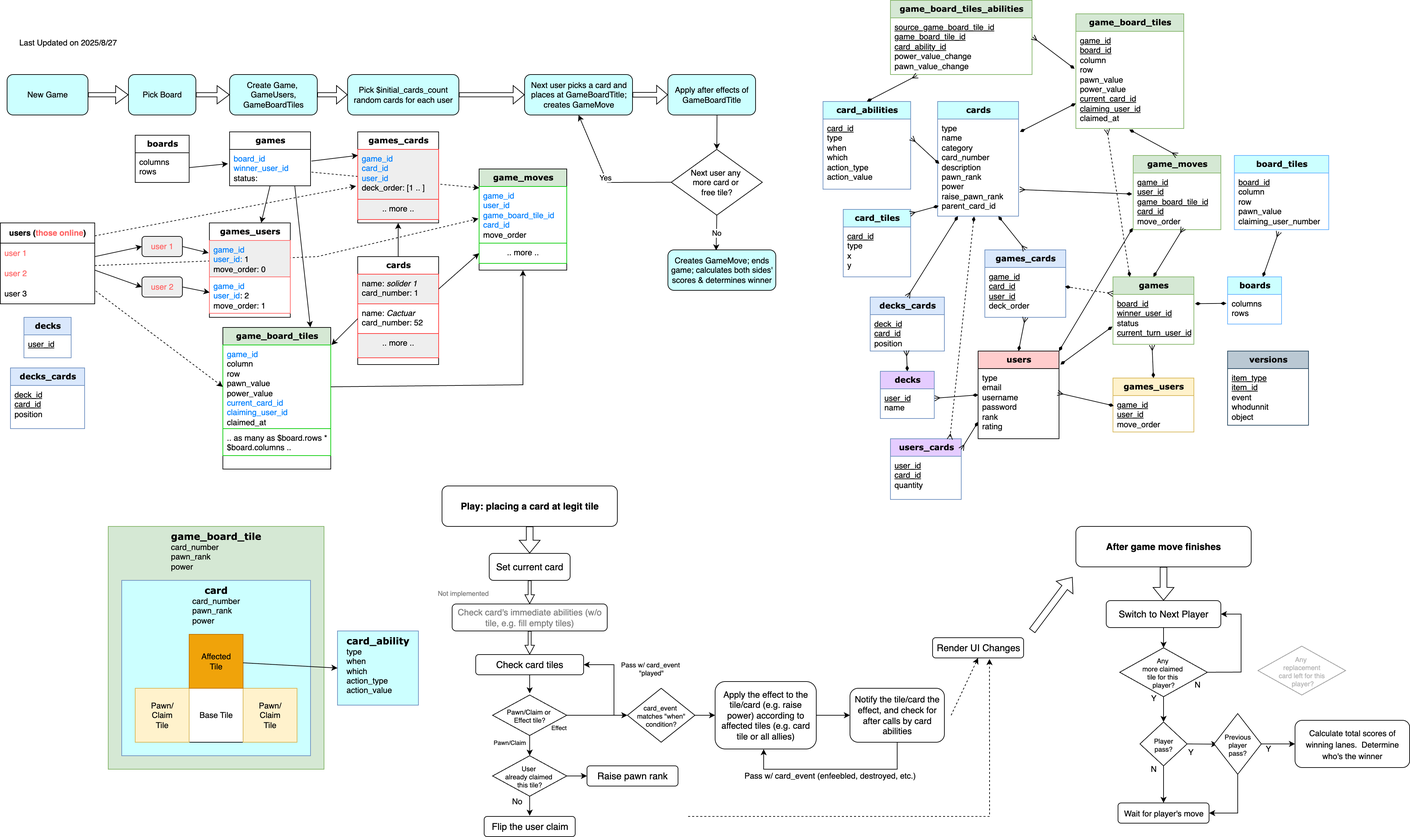
Earlier version of the draw.io export app/assets/images/diagrams/EER.png (briangan/queens_blood_by_fan). Source tidied: cells renumbered, new cells last; positions are measured from the earlier drawing's top-left corner, leaving out a move shared by most shapes.
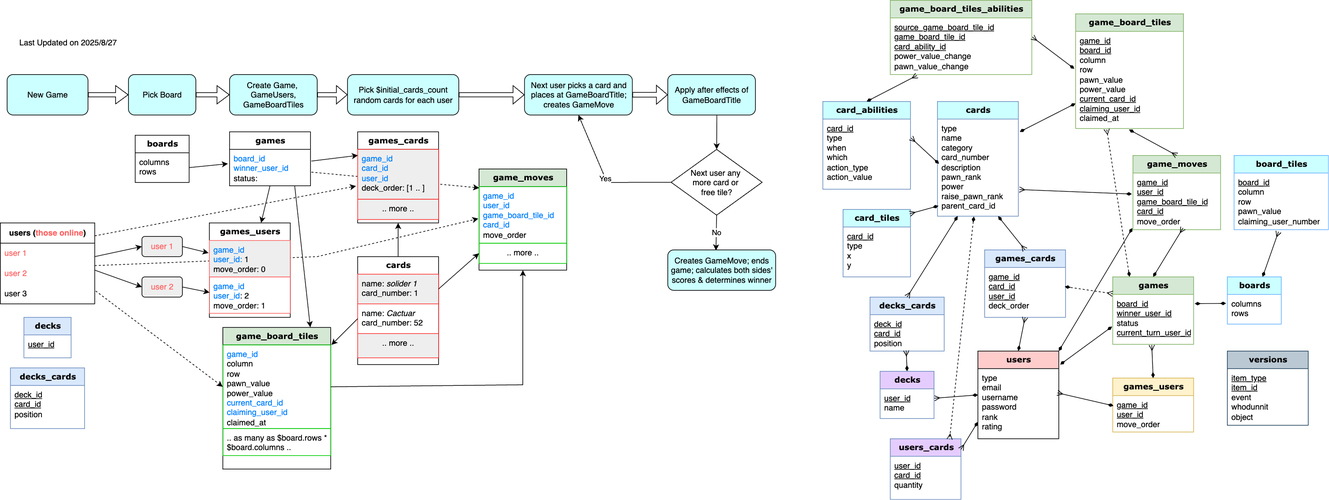
After the change.

Commit message:
Diagrams: refactored flow chart to separate drawio diagram.  Added link to it.

The edit, as a diff of the source:
```diff
@@ -368,227 +368,5 @@
     <mxCell id="119" style="endArrow=diamondThin;html=1;rounded=0;exitX=1.004;exitY=0.339;exitDx=0;exitDy=0;startArrow=ERmany;startFill=0;endFill=1;entryX=-0.012;entryY=0.385;entryDx=0;entryDy=0;entryPerimeter=0;exitPerimeter=0;" parent="1" edge="1" source="117" target="5">
       <mxGeometry relative="1" as="geometry" />
     </mxCell>
-    <mxCell id="120" value="&lt;b style=&quot;font-family: Verdana; text-wrap-mode: nowrap;&quot;&gt;&lt;font style=&quot;font-size: 14px;&quot;&gt;game_board_tile&lt;/font&gt;&lt;/b&gt;&lt;div&gt;&lt;div style=&quot;text-align: left;&quot;&gt;card_number&lt;/div&gt;&lt;div style=&quot;text-align: left;&quot;&gt;&lt;span style=&quot;background-color: transparent; color: light-dark(rgb(0, 0, 0), rgb(255, 255, 255));&quot;&gt;pawn_rank&lt;/span&gt;&lt;/div&gt;&lt;div style=&quot;text-align: left;&quot;&gt;power&lt;/div&gt;&lt;/div&gt;" style="rounded=0;whiteSpace=wrap;html=1;fillColor=#d5e8d4;strokeColor=#82b366;verticalAlign=top;" parent="1" vertex="1">
-      <mxGeometry x="160" y="780" width="320" height="360" as="geometry" />
-    </mxCell>
-    <mxCell id="121" value="&lt;b style=&quot;font-family: Verdana; text-wrap-mode: nowrap;&quot;&gt;&lt;font style=&quot;font-size: 14px;&quot;&gt;card&lt;/font&gt;&lt;/b&gt;&lt;div&gt;&lt;div style=&quot;text-align: left;&quot;&gt;card_number&lt;/div&gt;&lt;div style=&quot;text-align: left;&quot;&gt;&lt;span style=&quot;background-color: transparent; color: light-dark(rgb(0, 0, 0), rgb(255, 255, 255));&quot;&gt;pawn_rank&lt;/span&gt;&lt;/div&gt;&lt;div style=&quot;text-align: left;&quot;&gt;power&lt;/div&gt;&lt;/div&gt;" style="rounded=0;whiteSpace=wrap;html=1;fillColor=#CCFFFF;strokeColor=#6c8ebf;verticalAlign=top;" parent="1" vertex="1">
-      <mxGeometry x="180" y="860" width="280" height="260" as="geometry" />
-    </mxCell>
-    <mxCell id="122" value="&lt;b style=&quot;font-family: Verdana; text-wrap-mode: nowrap;&quot;&gt;&lt;font style=&quot;font-size: 14px;&quot;&gt;card_ability&lt;/font&gt;&lt;/b&gt;&lt;div&gt;&lt;div style=&quot;text-align: left;&quot;&gt;&lt;div&gt;&lt;span style=&quot;background-color: transparent; color: light-dark(rgb(0, 0, 0), rgb(255, 255, 255));&quot;&gt;type&lt;/span&gt;&lt;/div&gt;&lt;div&gt;when&lt;/div&gt;&lt;div&gt;which&lt;/div&gt;&lt;div&gt;action_type&lt;/div&gt;&lt;div&gt;action_value&lt;/div&gt;&lt;/div&gt;&lt;/div&gt;" style="rounded=0;whiteSpace=wrap;html=1;fillColor=#CCFFFF;strokeColor=#6c8ebf;verticalAlign=top;" parent="1" vertex="1">
-      <mxGeometry x="500" y="935" width="120" height="110" as="geometry" />
-    </mxCell>
-    <mxCell id="123" style="group;" parent="1" vertex="1">
-      <mxGeometry x="200" y="940" width="240" height="160" as="geometry" />
-    </mxCell>
-    <mxCell id="124" value="Base Tile" style="whiteSpace=wrap;html=1;" parent="123" vertex="1">
-      <mxGeometry x="80" y="80" width="80" height="80" as="geometry" />
-    </mxCell>
-    <mxCell id="125" value="Pawn/&lt;div&gt;Claim&lt;/div&gt;&lt;div&gt;Tile&lt;/div&gt;" style="whiteSpace=wrap;html=1;fillColor=#fff2cc;strokeColor=#d6b656;" parent="123" vertex="1">
-      <mxGeometry y="80" width="80" height="80" as="geometry" />
-    </mxCell>
-    <mxCell id="126" value="Pawn/&lt;div&gt;Claim&lt;/div&gt;&lt;div&gt;Tile&lt;/div&gt;" style="whiteSpace=wrap;html=1;fillColor=#fff2cc;strokeColor=#d6b656;" parent="123" vertex="1">
-      <mxGeometry x="160" y="80" width="80" height="80" as="geometry" />
-    </mxCell>
-    <mxCell id="127" value="Affected&lt;div&gt;Tile&lt;/div&gt;" style="whiteSpace=wrap;html=1;fillColor=#f0a30a;strokeColor=#BD7000;fontColor=#000000;" parent="123" vertex="1">
-      <mxGeometry x="80" width="80" height="80" as="geometry" />
-    </mxCell>
-    <mxCell id="128" style="endArrow=classic;html=1;rounded=0;entryX=0;entryY=0.5;entryDx=0;entryDy=0;" parent="1" edge="1" source="127" target="122">
-      <mxGeometry relative="1" as="geometry" />
-    </mxCell>
-    <mxCell id="129" value="&lt;span style=&quot;font-size: 14px; font-weight: 700; text-wrap-mode: nowrap;&quot;&gt;Play: placing a card at legit tile&lt;/span&gt;" style="rounded=1;whiteSpace=wrap;html=1;" parent="1" vertex="1">
-      <mxGeometry x="655" y="720" width="260" height="60" as="geometry" />
-    </mxCell>
-    <mxCell id="130" value="Set current card" style="rounded=1;whiteSpace=wrap;html=1;fontSize=14;" parent="1" vertex="1">
-      <mxGeometry x="725" y="820" width="120" height="40" as="geometry" />
-    </mxCell>
-    <mxCell id="131" style="shape=flexArrow;endArrow=classic;html=1;rounded=0;entryX=0.5;entryY=0;entryDx=0;entryDy=0;" parent="1" edge="1" target="130">
-      <mxGeometry relative="1" as="geometry">
-        <mxPoint x="785" y="780" as="sourcePoint" />
-      </mxGeometry>
-    </mxCell>
-    <mxCell id="132" value="&lt;font&gt;Check card's immediate abilities (w/o tile, e.g.&amp;nbsp;&lt;/font&gt;&lt;span style=&quot;background-color: transparent; color: light-dark(rgb(128, 128, 128), rgb(127, 127, 127));&quot;&gt;fill empty tiles)&lt;/span&gt;" style="rounded=1;whiteSpace=wrap;html=1;fontColor=#808080;fontSize=13;" parent="1" vertex="1">
-      <mxGeometry x="670" y="895" width="230" height="40" as="geometry" />
-    </mxCell>
-    <mxCell id="133" style="shape=flexArrow;endArrow=classic;html=1;rounded=0;width=4.444444444444445;endSize=4.075555555555556;endWidth=8.69135802469136;exitX=0.5;exitY=1;exitDx=0;exitDy=0;entryX=0.5;entryY=0;entryDx=0;entryDy=0;" parent="1" edge="1" source="130" target="132">
-      <mxGeometry relative="1" as="geometry" />
-    </mxCell>
-    <mxCell id="134" value="Check card tiles" style="rounded=1;whiteSpace=wrap;html=1;fontSize=14;" parent="1" vertex="1">
-      <mxGeometry x="705" y="970" width="160" height="30" as="geometry" />
-    </mxCell>
-    <mxCell id="135" style="shape=flexArrow;endArrow=classic;html=1;rounded=0;width=4.444444444444445;endSize=4.075555555555556;endWidth=8.69135802469136;exitX=0.5;exitY=1;exitDx=0;exitDy=0;entryX=0.5;entryY=0;entryDx=0;entryDy=0;" parent="1" edge="1" source="132" target="134">
-      <mxGeometry relative="1" as="geometry" />
-    </mxCell>
-    <mxCell id="136" value="Pawn/Claim or&amp;nbsp;&lt;div&gt;Effect tile?&lt;/div&gt;" style="rhombus;whiteSpace=wrap;html=1;fontSize=10;" parent="1" vertex="1">
-      <mxGeometry x="730" y="1030" width="110" height="60" as="geometry" />
-    </mxCell>
-    <mxCell id="137" style="endArrow=classic;html=1;rounded=0;exitX=0.5;exitY=1;exitDx=0;exitDy=0;entryX=0.5;entryY=0;entryDx=0;entryDy=0;" parent="1" edge="1" source="136" target="153">
-      <mxGeometry relative="1" as="geometry" />
-    </mxCell>
-    <mxCell id="138" value="&lt;span style=&quot;font-size: 9px; text-wrap-mode: wrap;&quot;&gt;Pawn/Claim&lt;/span&gt;" style="text;html=1;align=center;verticalAlign=middle;strokeColor=none;fillColor=none;fontFamily=Helvetica;fontSize=12;fontColor=default;spacing=0;" parent="1" vertex="1">
-      <mxGeometry x="720" y="1090" width="70" height="20" as="geometry" />
-    </mxCell>
-    <mxCell id="139" value="&lt;font&gt;Flip the user claim&lt;/font&gt;" style="rounded=1;whiteSpace=wrap;html=1;fontSize=14;" parent="1" vertex="1">
-      <mxGeometry x="717.5" y="1210" width="135" height="30" as="geometry" />
-    </mxCell>
-    <mxCell id="140" style="endArrow=classic;html=1;rounded=0;entryX=0.5;entryY=-0.041;entryDx=0;entryDy=0;entryPerimeter=0;exitX=0.5;exitY=1;exitDx=0;exitDy=0;" parent="1" edge="1" source="134" target="136">
-      <mxGeometry relative="1" as="geometry" />
-    </mxCell>
-    <mxCell id="141" style="endArrow=classic;html=1;rounded=0;exitX=1;exitY=0.5;exitDx=0;exitDy=0;entryX=0;entryY=0.5;entryDx=0;entryDy=0;" parent="1" edge="1" source="136" target="150">
-      <mxGeometry relative="1" as="geometry" />
-    </mxCell>
-    <mxCell id="142" value="&lt;span style=&quot;font-size: 9px; text-wrap-mode: wrap;&quot;&gt;Effect&lt;/span&gt;" style="text;html=1;align=center;verticalAlign=middle;strokeColor=none;fillColor=none;fontFamily=Helvetica;fontSize=12;fontColor=default;spacing=0;" parent="1" vertex="1">
-      <mxGeometry x="807.5" y="1067.5" width="40" height="20" as="geometry" />
-    </mxCell>
-    <mxCell id="143" value="Not implemented" style="text;html=1;align=center;verticalAlign=middle;strokeColor=none;fillColor=none;fontSize=10;fontColor=#808080;" parent="1" vertex="1">
-      <mxGeometry x="636" y="863" width="100" height="30" as="geometry" />
-    </mxCell>
-    <mxCell id="144" value="&lt;font&gt;Apply the effect to the tile/card (e.g. raise power)&amp;nbsp;&lt;/font&gt;&lt;span style=&quot;background-color: transparent; color: light-dark(rgb(0, 0, 0), rgb(255, 255, 255));&quot;&gt;according to affected tiles&amp;nbsp;&lt;/span&gt;&lt;span style=&quot;background-color: transparent; color: light-dark(rgb(0, 0, 0), rgb(255, 255, 255));&quot;&gt;(e.g. card tile or all allies)&lt;/span&gt;" style="rounded=1;whiteSpace=wrap;html=1;fontSize=13;" parent="1" vertex="1">
-      <mxGeometry x="1060" y="1010" width="150" height="100" as="geometry" />
-    </mxCell>
-    <mxCell id="145" value="&lt;font&gt;Notify the tile/card the effect, and check for after calls by card abilities&lt;/font&gt;" style="rounded=1;whiteSpace=wrap;html=1;fontSize=13;" parent="1" vertex="1">
-      <mxGeometry x="1260" y="1020" width="140" height="80" as="geometry" />
-    </mxCell>
-    <mxCell id="146" style="endArrow=classic;html=1;rounded=0;exitX=1;exitY=0.5;exitDx=0;exitDy=0;entryX=0;entryY=0.5;entryDx=0;entryDy=0;" parent="1" edge="1" source="144" target="145">
-      <mxGeometry relative="1" as="geometry" />
-    </mxCell>
-    <mxCell id="147" style="endArrow=classic;html=1;rounded=0;exitX=0.5;exitY=1;exitDx=0;exitDy=0;entryX=0.48;entryY=1.002;entryDx=0;entryDy=0;entryPerimeter=0;" parent="1" edge="1" source="145" target="144">
-      <mxGeometry relative="1" as="geometry">
-        <Array as="points">
-          <mxPoint x="1330" y="1140" />
-          <mxPoint x="1132" y="1140" />
-        </Array>
-      </mxGeometry>
-    </mxCell>
-    <mxCell id="148" value="Pass w/ card_event&amp;nbsp;&lt;div&gt;&quot;played&quot;&lt;/div&gt;" style="text;html=1;align=center;verticalAlign=middle;strokeColor=none;fillColor=none;fontSize=10;" parent="1" vertex="1">
-      <mxGeometry x="910" y="970" width="110" height="40" as="geometry" />
-    </mxCell>
-    <mxCell id="149" value="Pass w/ card_event (enfeebled, destroyed, etc.)" style="text;html=1;align=center;verticalAlign=middle;strokeColor=none;fillColor=none;fontSize=12;" parent="1" vertex="1">
-      <mxGeometry x="1090" y="1135" width="280" height="30" as="geometry" />
-    </mxCell>
-    <mxCell id="150" value="card_event&amp;nbsp;&lt;div&gt;matches &quot;when&quot; condition?&lt;/div&gt;" style="rhombus;whiteSpace=wrap;html=1;fontSize=10;" parent="1" vertex="1">
-      <mxGeometry x="930" y="1020" width="100" height="80" as="geometry" />
-    </mxCell>
-    <mxCell id="151" style="endArrow=classic;html=1;rounded=0;entryX=0;entryY=0.5;entryDx=0;entryDy=0;" parent="1" edge="1" source="150" target="144">
-      <mxGeometry relative="1" as="geometry" />
-    </mxCell>
-    <mxCell id="152" style="endArrow=classic;html=1;rounded=0;entryX=1;entryY=0.5;entryDx=0;entryDy=0;" parent="1" edge="1" target="134">
-      <mxGeometry relative="1" as="geometry">
-        <mxPoint x="910" y="1060" as="sourcePoint" />
-        <Array as="points">
-          <mxPoint x="910" y="985" />
-        </Array>
-      </mxGeometry>
-    </mxCell>
-    <mxCell id="153" value="User&amp;nbsp;&lt;div&gt;already&amp;nbsp;&lt;span style=&quot;background-color: transparent; color: light-dark(rgb(0, 0, 0), rgb(255, 255, 255));&quot;&gt;claimed&amp;nbsp;&lt;/span&gt;&lt;div&gt;this tile?&lt;/div&gt;&lt;/div&gt;" style="rhombus;whiteSpace=wrap;html=1;fontSize=10;" parent="1" vertex="1">
-      <mxGeometry x="730" y="1120" width="110" height="60" as="geometry" />
-    </mxCell>
-    <mxCell id="154" style="endArrow=classic;html=1;rounded=0;exitX=0.5;exitY=1;exitDx=0;exitDy=0;" parent="1" edge="1" source="153">
-      <mxGeometry relative="1" as="geometry">
-        <mxPoint x="785" y="1209" as="targetPoint" />
-      </mxGeometry>
-    </mxCell>
-    <mxCell id="155" value="No" style="text;html=1;align=center;verticalAlign=middle;strokeColor=none;fillColor=none;" parent="1" vertex="1">
-      <mxGeometry x="746" y="1173" width="40" height="30" as="geometry" />
-    </mxCell>
-    <mxCell id="156" value="&lt;font&gt;Raise pawn rank&lt;/font&gt;" style="rounded=1;whiteSpace=wrap;html=1;fontSize=14;" parent="1" vertex="1">
-      <mxGeometry x="870" y="1135" width="135" height="30" as="geometry" />
-    </mxCell>
-    <mxCell id="157" style="endArrow=classic;html=1;rounded=0;entryX=0;entryY=0.5;entryDx=0;entryDy=0;exitX=1;exitY=0.5;exitDx=0;exitDy=0;" parent="1" edge="1" source="153" target="156">
-      <mxGeometry relative="1" as="geometry" />
-    </mxCell>
-    <mxCell id="158" value="&lt;span style=&quot;font-size: 14px; font-weight: 700; text-wrap-mode: nowrap;&quot;&gt;After game move finishes&lt;/span&gt;" style="rounded=1;whiteSpace=wrap;html=1;" parent="1" vertex="1">
-      <mxGeometry x="1595" y="780" width="260" height="60" as="geometry" />
-    </mxCell>
-    <mxCell id="159" style="shape=flexArrow;endArrow=classic;html=1;rounded=0;entryX=0.5;entryY=0;entryDx=0;entryDy=0;exitX=0.5;exitY=1;exitDx=0;exitDy=0;" parent="1" edge="1" source="158" target="160">
-      <mxGeometry relative="1" as="geometry" />
-    </mxCell>
-    <mxCell id="160" value="Switch to Next Player" style="rounded=1;whiteSpace=wrap;html=1;fontSize=14;" parent="1" vertex="1">
-      <mxGeometry x="1640" y="890" width="170" height="40" as="geometry" />
-    </mxCell>
-    <mxCell id="161" style="shape=flexArrow;endArrow=classic;html=1;rounded=0;" parent="1" edge="1">
-      <mxGeometry relative="1" as="geometry">
-        <mxPoint x="1530" y="935" as="sourcePoint" />
-        <mxPoint x="1590" y="855" as="targetPoint" />
-      </mxGeometry>
-    </mxCell>
-    <mxCell id="162" value="Player&lt;div&gt;pass?&lt;/div&gt;" style="rhombus;whiteSpace=wrap;html=1;fontSize=10;" parent="1" vertex="1">
-      <mxGeometry x="1690" y="1070" width="70" height="65" as="geometry" />
-    </mxCell>
-    <mxCell id="163" style="endArrow=classic;html=1;rounded=0;entryX=0.5;entryY=0;entryDx=0;entryDy=0;" parent="1" edge="1" source="160" target="177">
-      <mxGeometry relative="1" as="geometry" />
-    </mxCell>
-    <mxCell id="164" style="endArrow=classic;html=1;rounded=0;exitX=0.5;exitY=1;exitDx=0;exitDy=0;entryX=0.5;entryY=0;entryDx=0;entryDy=0;" parent="1" edge="1" source="162" target="176">
-      <mxGeometry relative="1" as="geometry" />
-    </mxCell>
-    <mxCell id="165" value="&lt;font&gt;Render UI Changes&lt;/font&gt;" style="rounded=1;whiteSpace=wrap;html=1;fontSize=14;" parent="1" vertex="1">
-      <mxGeometry x="1382.5" y="945" width="135" height="30" as="geometry" />
-    </mxCell>
-    <mxCell id="166" style="endArrow=classic;html=1;rounded=0;exitX=1;exitY=0.5;exitDx=0;exitDy=0;entryX=0.067;entryY=0.504;entryDx=0;entryDy=0;entryPerimeter=0;" parent="1" edge="1" source="162" target="167">
-      <mxGeometry relative="1" as="geometry" />
-    </mxCell>
-    <mxCell id="167" value="Previous player&lt;div&gt;pass?&lt;/div&gt;" style="rhombus;whiteSpace=wrap;html=1;fontSize=10;" parent="1" vertex="1">
-      <mxGeometry x="1800" y="1057.5" width="70" height="90" as="geometry" />
-    </mxCell>
-    <mxCell id="168" value="N" style="text;html=1;align=center;verticalAlign=middle;strokeColor=none;fillColor=none;" parent="1" vertex="1">
-      <mxGeometry x="1695" y="1125" width="30" height="30" as="geometry" />
-    </mxCell>
-    <mxCell id="169" value="Y" style="text;html=1;align=center;verticalAlign=middle;strokeColor=none;fillColor=none;" parent="1" vertex="1">
-      <mxGeometry x="1750" y="1100" width="30" height="30" as="geometry" />
-    </mxCell>
-    <mxCell id="170" style="endArrow=classic;html=1;rounded=0;entryX=0;entryY=0.5;entryDx=0;entryDy=0;exitX=1;exitY=0.5;exitDx=0;exitDy=0;" parent="1" edge="1" source="167" target="172">
-      <mxGeometry relative="1" as="geometry" />
-    </mxCell>
-    <mxCell id="171" value="Y" style="text;html=1;align=center;verticalAlign=middle;strokeColor=none;fillColor=none;" parent="1" vertex="1">
-      <mxGeometry x="1865" y="1095" width="30" height="30" as="geometry" />
-    </mxCell>
-    <mxCell id="172" value="&lt;font style=&quot;font-size: 12px;&quot;&gt;Calculate total scores of winning lanes.&amp;nbsp; Determine who's the winner&lt;/font&gt;" style="rounded=1;whiteSpace=wrap;html=1;fontSize=14;" parent="1" vertex="1">
-      <mxGeometry x="1920" y="1067.5" width="170" height="70" as="geometry" />
-    </mxCell>
-    <mxCell id="173" style="endArrow=classic;html=1;rounded=0;entryX=1;entryY=0.5;entryDx=0;entryDy=0;exitX=0.5;exitY=1;exitDx=0;exitDy=0;" parent="1" edge="1" source="167" target="176">
-      <mxGeometry relative="1" as="geometry">
-        <Array as="points">
-          <mxPoint x="1835" y="1205" />
-        </Array>
-      </mxGeometry>
-    </mxCell>
-    <mxCell id="174" style="endArrow=classic;html=1;rounded=0;entryX=0.5;entryY=1;entryDx=0;entryDy=0;dashed=1;" parent="1" edge="1" target="165">
-      <mxGeometry relative="1" as="geometry">
-        <mxPoint x="1410" y="1060" as="sourcePoint" />
-      </mxGeometry>
-    </mxCell>
-    <mxCell id="175" style="endArrow=classic;html=1;rounded=0;dashed=1;entryX=0.625;entryY=1.05;entryDx=0;entryDy=0;entryPerimeter=0;" parent="1" edge="1" target="165">
-      <mxGeometry relative="1" as="geometry">
-        <mxPoint x="1020" y="1210" as="sourcePoint" />
-        <Array as="points">
-          <mxPoint x="1467" y="1210" />
-        </Array>
-      </mxGeometry>
-    </mxCell>
-    <mxCell id="176" value="&lt;font style=&quot;font-size: 12px;&quot;&gt;Wait for player's move&lt;/font&gt;" style="rounded=1;whiteSpace=wrap;html=1;fontSize=14;" parent="1" vertex="1">
-      <mxGeometry x="1657.5" y="1190" width="135" height="30" as="geometry" />
-    </mxCell>
-    <mxCell id="177" value="Any&amp;nbsp;&lt;div&gt;more&amp;nbsp;&lt;span style=&quot;background-color: transparent; color: light-dark(rgb(0, 0, 0), rgb(255, 255, 255));&quot;&gt;claimed&amp;nbsp;&lt;/span&gt;&lt;/div&gt;&lt;div&gt;&lt;span style=&quot;background-color: transparent; color: light-dark(rgb(0, 0, 0), rgb(255, 255, 255));&quot;&gt;tile&amp;nbsp;&lt;/span&gt;&lt;span style=&quot;background-color: transparent; color: light-dark(rgb(0, 0, 0), rgb(255, 255, 255));&quot;&gt;for this&amp;nbsp;&lt;/span&gt;&lt;/div&gt;&lt;div&gt;&lt;span style=&quot;background-color: transparent; color: light-dark(rgb(0, 0, 0), rgb(255, 255, 255));&quot;&gt;player?&lt;/span&gt;&lt;/div&gt;" style="rhombus;whiteSpace=wrap;html=1;fontSize=10;" parent="1" vertex="1">
-      <mxGeometry x="1660" y="960" width="130" height="72.5" as="geometry" />
-    </mxCell>
-    <mxCell id="178" style="endArrow=classic;html=1;rounded=0;entryX=0.5;entryY=0;entryDx=0;entryDy=0;exitX=0.5;exitY=1;exitDx=0;exitDy=0;" parent="1" edge="1" source="177" target="162">
-      <mxGeometry relative="1" as="geometry" />
-    </mxCell>
-    <mxCell id="179" value="Y" style="text;html=1;align=center;verticalAlign=middle;strokeColor=none;fillColor=none;" parent="1" vertex="1">
-      <mxGeometry x="1695" y="1020" width="30" height="30" as="geometry" />
-    </mxCell>
-    <mxCell id="180" value="N" style="text;html=1;align=center;verticalAlign=middle;strokeColor=none;fillColor=none;" parent="1" vertex="1">
-      <mxGeometry x="1760" y="1000" width="30" height="30" as="geometry" />
-    </mxCell>
-    <mxCell id="181" style="endArrow=classic;html=1;rounded=0;exitX=1;exitY=0.5;exitDx=0;exitDy=0;entryX=1;entryY=0.5;entryDx=0;entryDy=0;" parent="1" edge="1" source="177" target="160">
-      <mxGeometry relative="1" as="geometry">
-        <Array as="points">
-          <mxPoint x="1840" y="996" />
-          <mxPoint x="1840" y="910" />
-        </Array>
-      </mxGeometry>
-    </mxCell>
-    <mxCell id="182" value="Any&amp;nbsp;&lt;div&gt;replacement&lt;div&gt;card left for&amp;nbsp;&lt;span style=&quot;background-color: transparent; color: light-dark(rgb(179, 179, 179), rgb(83, 83, 83));&quot;&gt;this&lt;/span&gt;&lt;/div&gt;&lt;div&gt;&lt;span style=&quot;background-color: transparent; color: light-dark(rgb(179, 179, 179), rgb(83, 83, 83));&quot;&gt;&amp;nbsp;player?&lt;/span&gt;&lt;/div&gt;&lt;/div&gt;" style="rhombus;whiteSpace=wrap;html=1;fontSize=10;strokeColor=#999999;fontColor=#B3B3B3;" parent="1" vertex="1">
-      <mxGeometry x="1865" y="957.5" width="130" height="72.5" as="geometry" />
-    </mxCell>
   </root>
 </mxGraphModel>
```
